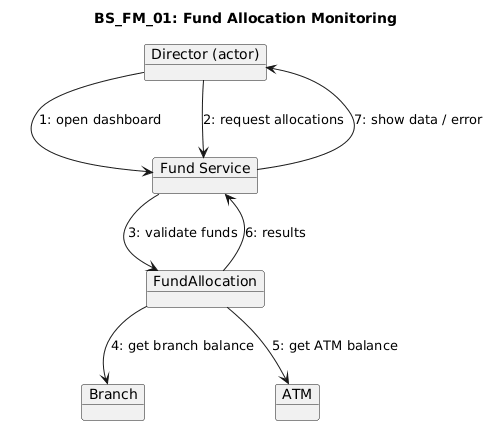
This is Diagrams/Collaboration Diagrams/BS_FM_01.png from erindkotobelli12/BankManagementSystem, a PlantUML export, as it was before one commit. The source it was exported from:
```plantuml
@startuml
title BS_FM_01: Fund Allocation Monitoring

object "Director (actor)" as Dir
object "Fund Service" as DC
object "FundAllocation" as FA
object "Branch" as B
object "ATM" as ATM

Dir --> DC : 1: open dashboard
Dir --> DC : 2: request allocations

DC --> FA : 3: validate funds
FA --> B : 4: get branch balance
FA --> ATM : 5: get ATM balance

FA --> DC : 6: results
DC --> Dir : 7: show data / error
@enduml
```
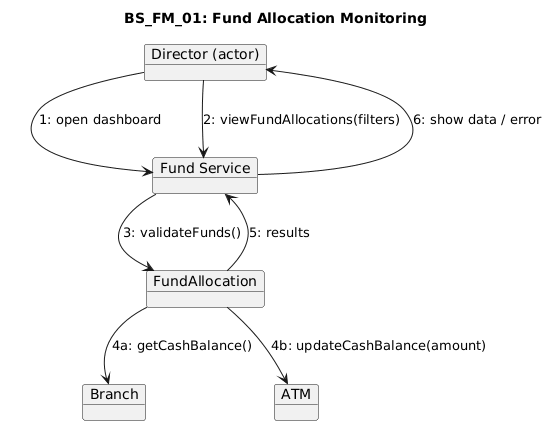
Above is the later version.

What changed in the source:
```diff
@@ -8,12 +8,12 @@
 object "ATM" as ATM
 
 Dir --> DC : 1: open dashboard
-Dir --> DC : 2: request allocations
+Dir --> DC : 2: viewFundAllocations(filters)
 
-DC --> FA : 3: validate funds
-FA --> B : 4: get branch balance
-FA --> ATM : 5: get ATM balance
+DC --> FA : 3: validateFunds()
+FA --> B : 4a: getCashBalance()
+FA --> ATM : 4b: updateCashBalance(amount)
 
-FA --> DC : 6: results
-DC --> Dir : 7: show data / error
+FA --> DC : 5: results
+DC --> Dir : 6: show data / error
 @enduml
```
